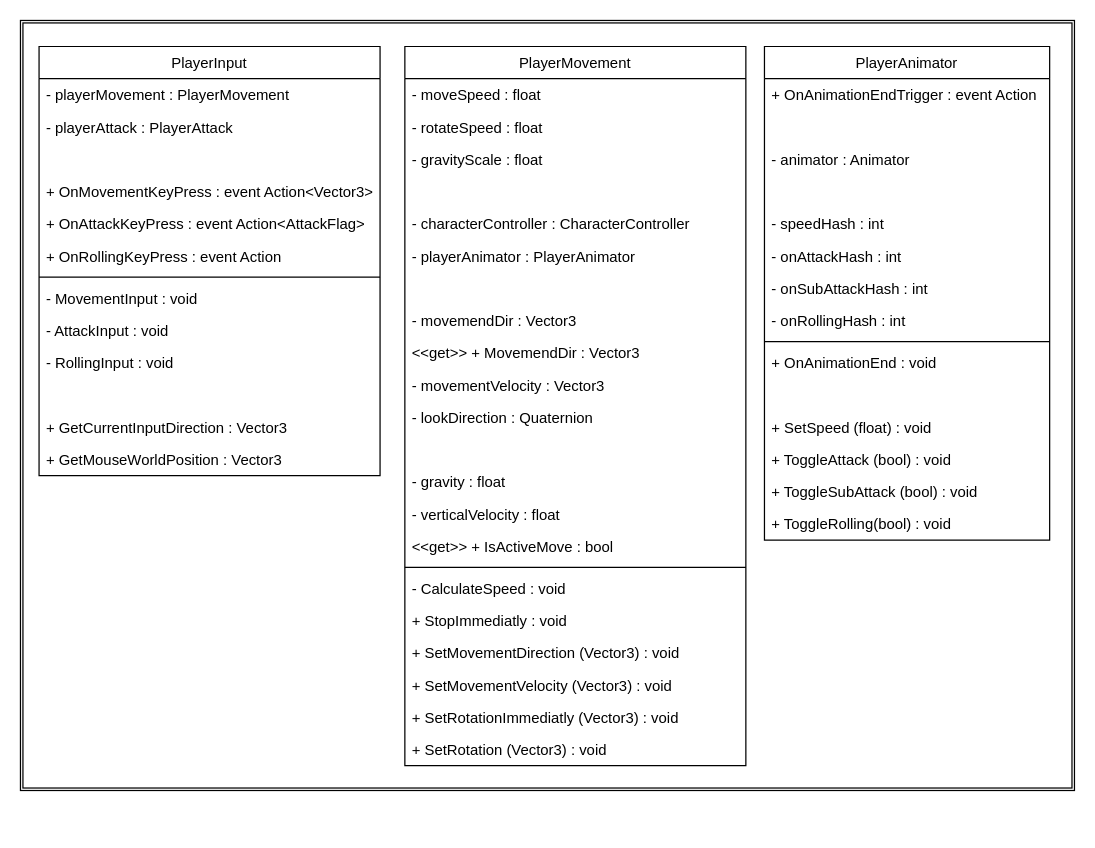
SEH00N/Eungabi keeps this draw.io diagram as ETC/UML/PlayerComponent.drawio. Above is the earlier version. Source tidied: cells renumbered, new cells numbered last; positions are measured from the earlier drawing's top-left corner, leaving out a move shared by most shapes. Both pictures are drawn from the tidied source at 124%, with x=0, y=0 at pixel (20, 20).
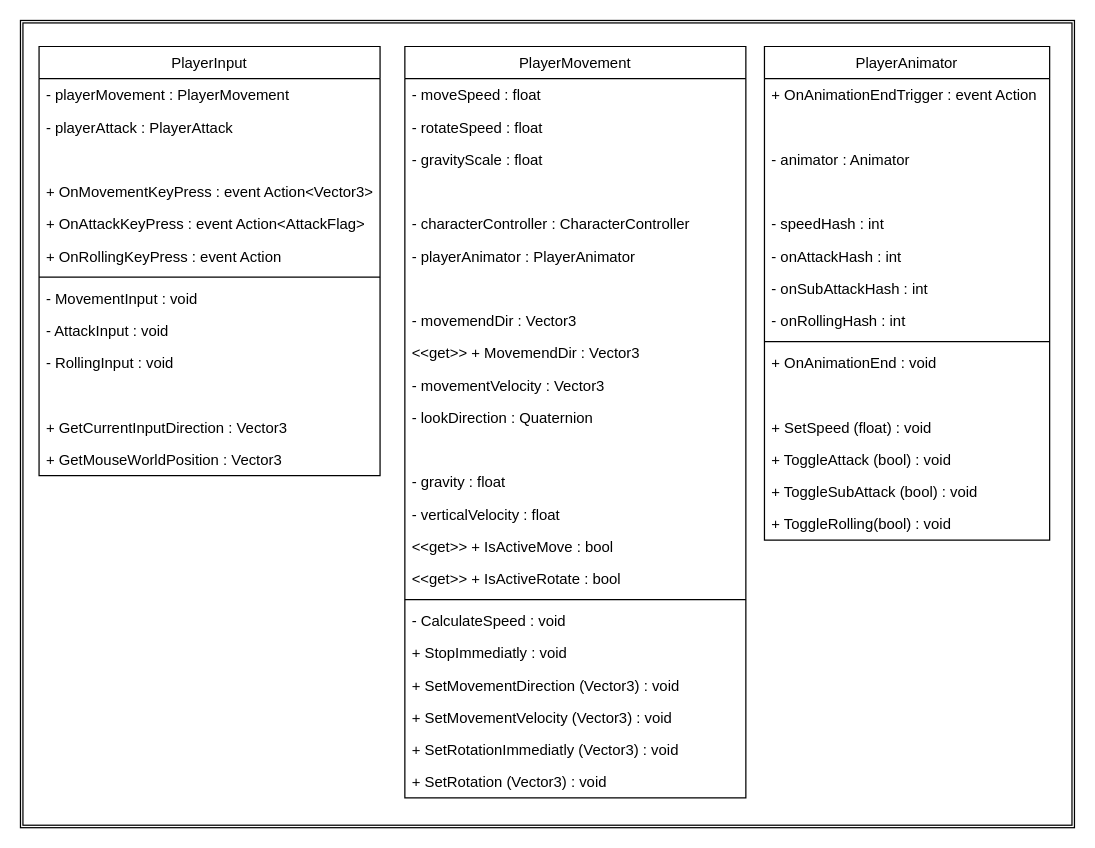
After the change.

Diff of the diagram source:
```diff
@@
     <mxCell id="2" style="shape=ext;double=1;rounded=0;whiteSpace=wrap;html=1;fontColor=#F0F0F0;strokeColor=default;fillColor=default;" parent="1" vertex="1">
-      <mxGeometry width="850" height="621" as="geometry" />
+      <mxGeometry width="850" height="651" as="geometry" />
     </mxCell>
@@
     <mxCell id="17" value="PlayerMovement" style="swimlane;fontStyle=0;align=center;verticalAlign=top;horizontal=1;startSize=26;rounded=0;shadow=0;strokeWidth=1;spacingTop=0;" parent="1" vertex="1">
-      <mxGeometry x="310" y="21" width="275" height="580" as="geometry" />
+      <mxGeometry x="310" y="21" width="275" height="606" as="geometry" />
     </mxCell>
@@
+    <mxCell id="56" value="&lt;&lt;get&gt;&gt; + IsActiveMove : bool" style="text;align=left;verticalAlign=top;spacingLeft=4;spacingRight=4;overflow=hidden;rounded=0;shadow=0;html=0;" parent="17" vertex="1">
+      <mxGeometry y="390" width="275" height="26" as="geometry" />
+    </mxCell>
-    <mxCell id="32" value="&lt;&lt;get&gt;&gt; + IsActiveMove : bool" style="text;align=left;verticalAlign=top;spacingLeft=4;spacingRight=4;overflow=hidden;rounded=0;shadow=0;html=0;" parent="17" vertex="1">
-      <mxGeometry y="390" width="275" height="26" as="geometry" />
+    <mxCell id="32" value="&lt;&lt;get&gt;&gt; + IsActiveRotate : bool" style="text;align=left;verticalAlign=top;spacingLeft=4;spacingRight=4;overflow=hidden;rounded=0;shadow=0;html=0;" parent="17" vertex="1">
+      <mxGeometry y="416" width="275" height="26" as="geometry" />
     </mxCell>
     <mxCell id="33" style="line;html=1;strokeWidth=1;align=left;verticalAlign=middle;spacingTop=-1;spacingLeft=3;spacingRight=3;labelPosition=right;" parent="17" vertex="1">
-      <mxGeometry y="416" width="275" height="8" as="geometry" />
+      <mxGeometry y="442" width="275" height="8" as="geometry" />
     </mxCell>
     <mxCell id="34" value="- CalculateSpeed : void" style="text;align=left;verticalAlign=top;spacingLeft=4;spacingRight=4;overflow=hidden;rounded=0;shadow=0;html=0;" parent="17" vertex="1">
-      <mxGeometry y="424" width="275" height="26" as="geometry" />
+      <mxGeometry y="450" width="275" height="26" as="geometry" />
     </mxCell>
     <mxCell id="35" value="+ StopImmediatly : void" style="text;align=left;verticalAlign=top;spacingLeft=4;spacingRight=4;overflow=hidden;rounded=0;shadow=0;html=0;" parent="17" vertex="1">
-      <mxGeometry y="450" width="275" height="26" as="geometry" />
+      <mxGeometry y="476" width="275" height="26" as="geometry" />
     </mxCell>
     <mxCell id="36" value="+ SetMovementDirection (Vector3) : void" style="text;align=left;verticalAlign=top;spacingLeft=4;spacingRight=4;overflow=hidden;rounded=0;shadow=0;html=0;" parent="17" vertex="1">
-      <mxGeometry y="476" width="275" height="26" as="geometry" />
+      <mxGeometry y="502" width="275" height="26" as="geometry" />
     </mxCell>
     <mxCell id="37" value="+ SetMovementVelocity (Vector3) : void" style="text;align=left;verticalAlign=top;spacingLeft=4;spacingRight=4;overflow=hidden;rounded=0;shadow=0;html=0;" parent="17" vertex="1">
-      <mxGeometry y="502" width="275" height="26" as="geometry" />
+      <mxGeometry y="528" width="275" height="26" as="geometry" />
     </mxCell>
     <mxCell id="38" value="+ SetRotationImmediatly (Vector3) : void" style="text;align=left;verticalAlign=top;spacingLeft=4;spacingRight=4;overflow=hidden;rounded=0;shadow=0;html=0;" parent="17" vertex="1">
-      <mxGeometry y="528" width="275" height="26" as="geometry" />
+      <mxGeometry y="554" width="275" height="26" as="geometry" />
     </mxCell>
     <mxCell id="39" value="+ SetRotation (Vector3) : void" style="text;align=left;verticalAlign=top;spacingLeft=4;spacingRight=4;overflow=hidden;rounded=0;shadow=0;html=0;" parent="17" vertex="1">
-      <mxGeometry y="554" width="275" height="26" as="geometry" />
+      <mxGeometry y="580" width="275" height="26" as="geometry" />
     </mxCell>
```
